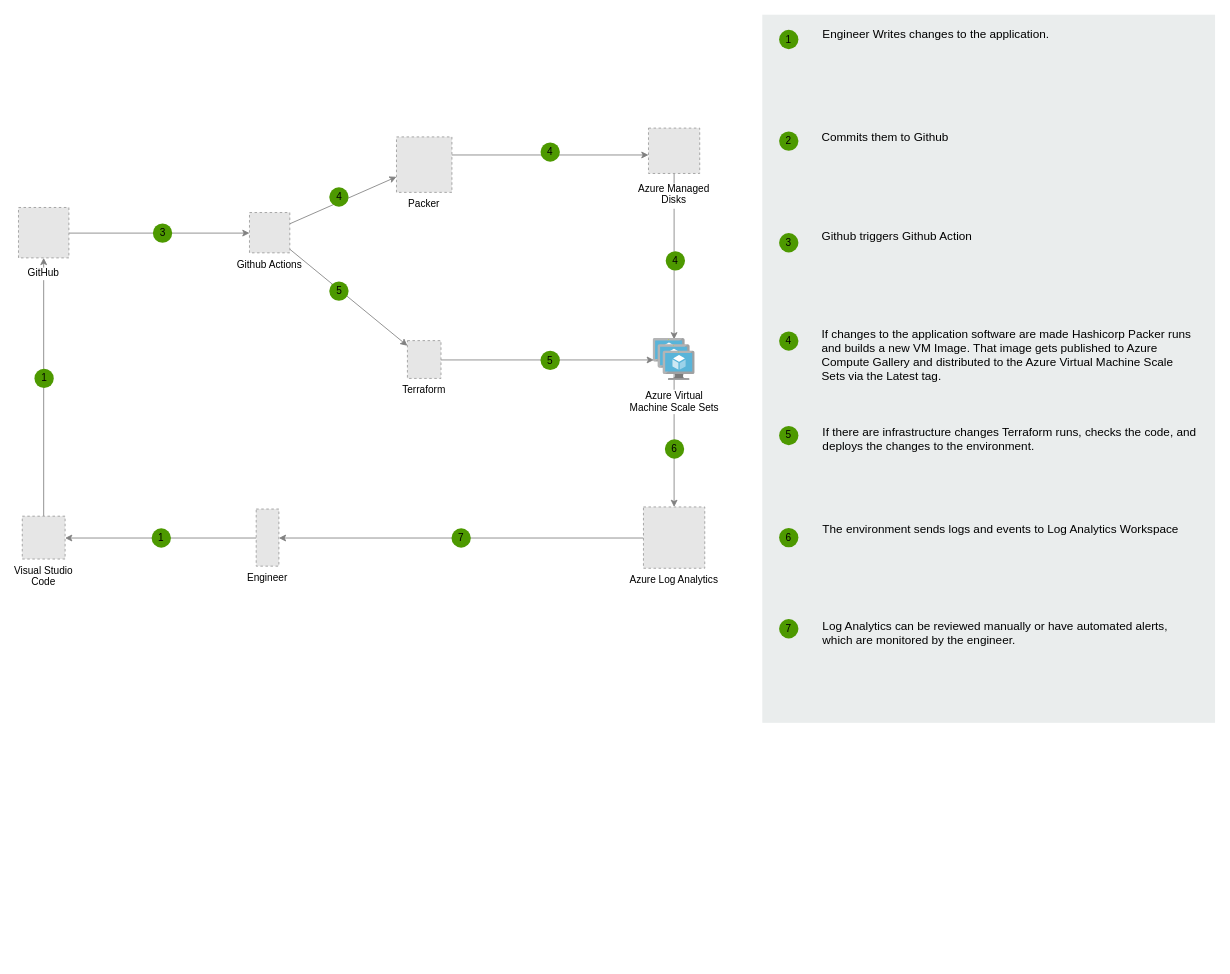
dkopec/gitops-template keeps this draw.io diagram as cloud.drawio. Above is the earlier version. Source tidied: cells renumbered, new cells numbered last; positions are measured from the earlier drawing's top-left corner, leaving out a move shared by most shapes. Both pictures are drawn from the tidied source at 84%, with x=0, y=0 at pixel (18, 14). Pictures stored in the file or linked from it are replaced by grey dashed boxes.
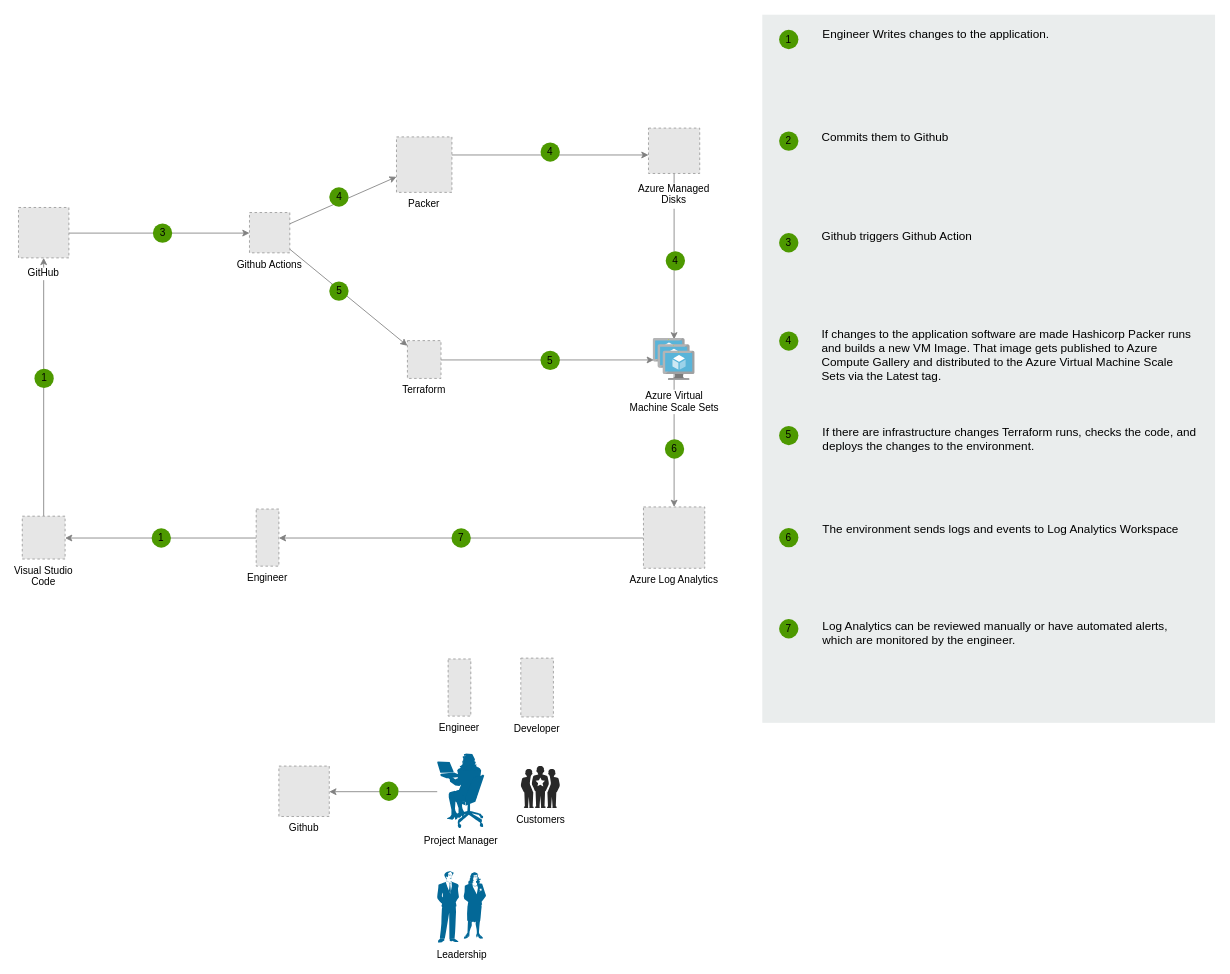
Above is the later version.

Change to the diagram source:
```diff
@@
+    <mxCell id="46" value="Github" style="fillColor=#E6E6E6;strokeColor=#999999;dashed=1;verticalLabelPosition=bottom;labelBackgroundColor=#ffffff;verticalAlign=top;" parent="1" vertex="1">
+      <mxGeometry x="310.5" y="894.5" width="60" height="60" as="geometry" />
+    </mxCell>
+    <mxCell id="47" value="Project Manager" style="shape=mxgraph.cisco.people.sitting_woman;html=1;dashed=0;fillColor=#036897;strokeColor=#ffffff;strokeWidth=2;verticalLabelPosition=bottom;verticalAlign=top;align=center;outlineConnect=0;" parent="1" vertex="1">
+      <mxGeometry x="499" y="879.5" width="56" height="90" as="geometry" />
+    </mxCell>
+    <mxCell id="48" value="Leadership" style="shape=mxgraph.cisco.people.man_woman;html=1;dashed=0;fillColor=#036897;strokeColor=#ffffff;strokeWidth=2;verticalLabelPosition=bottom;verticalAlign=top;align=center;" parent="1" vertex="1">
+      <mxGeometry x="499" y="1019.5" width="58.1" height="85" as="geometry" />
+    </mxCell>
+    <mxCell id="49" value="Customers" style="verticalLabelPosition=bottom;sketch=0;html=1;fillColor=#282828;strokeColor=none;verticalAlign=top;align=center;shape=mxgraph.cisco_safe.people_places_things_icons.icon1;" parent="1" vertex="1">
+      <mxGeometry x="598.5" y="894.5" width="46.5" height="50" as="geometry" />
+    </mxCell>
+    <mxCell id="50" style="edgeStyle=elbowEdgeStyle;rounded=0;jettySize=auto;elbow=vertical;html=1;strokeColor=#808080;entryX=1;entryY=0.5;entryDx=0;entryDy=0;startArrow=none;" parent="1" edge="1" source="51" target="46">
+      <mxGeometry relative="1" as="geometry" />
+    </mxCell>
+    <mxCell id="51" value="1" style="ellipse;whiteSpace=wrap;html=1;fillColor=#4D9900;strokeColor=none;labelBackgroundColor=none;" parent="1" vertex="1">
+      <mxGeometry x="430" y="913" width="23" height="23" as="geometry" />
+    </mxCell>
+    <mxCell id="52" style="edgeStyle=elbowEdgeStyle;rounded=0;jettySize=auto;elbow=vertical;html=1;strokeColor=#808080;entryX=1;entryY=0.5;entryDx=0;entryDy=0;endArrow=none;" parent="1" edge="1" source="47" target="51">
+      <mxGeometry relative="1" as="geometry" />
+    </mxCell>
+    <mxCell id="53" value="Engineer" style="fillColor=#E6E6E6;strokeColor=#999999;dashed=1;verticalLabelPosition=bottom;labelBackgroundColor=none;verticalAlign=top;" parent="1" vertex="1">
+      <mxGeometry x="512" y="767" width="27" height="68" as="geometry" />
+    </mxCell>
+    <mxCell id="54" value="Developer" style="fillColor=#E6E6E6;strokeColor=#999999;dashed=1;verticalLabelPosition=bottom;labelBackgroundColor=#ffffff;verticalAlign=top;" parent="1" vertex="1">
+      <mxGeometry x="598.5" y="766" width="38.8" height="70" as="geometry" />
+    </mxCell>
```
